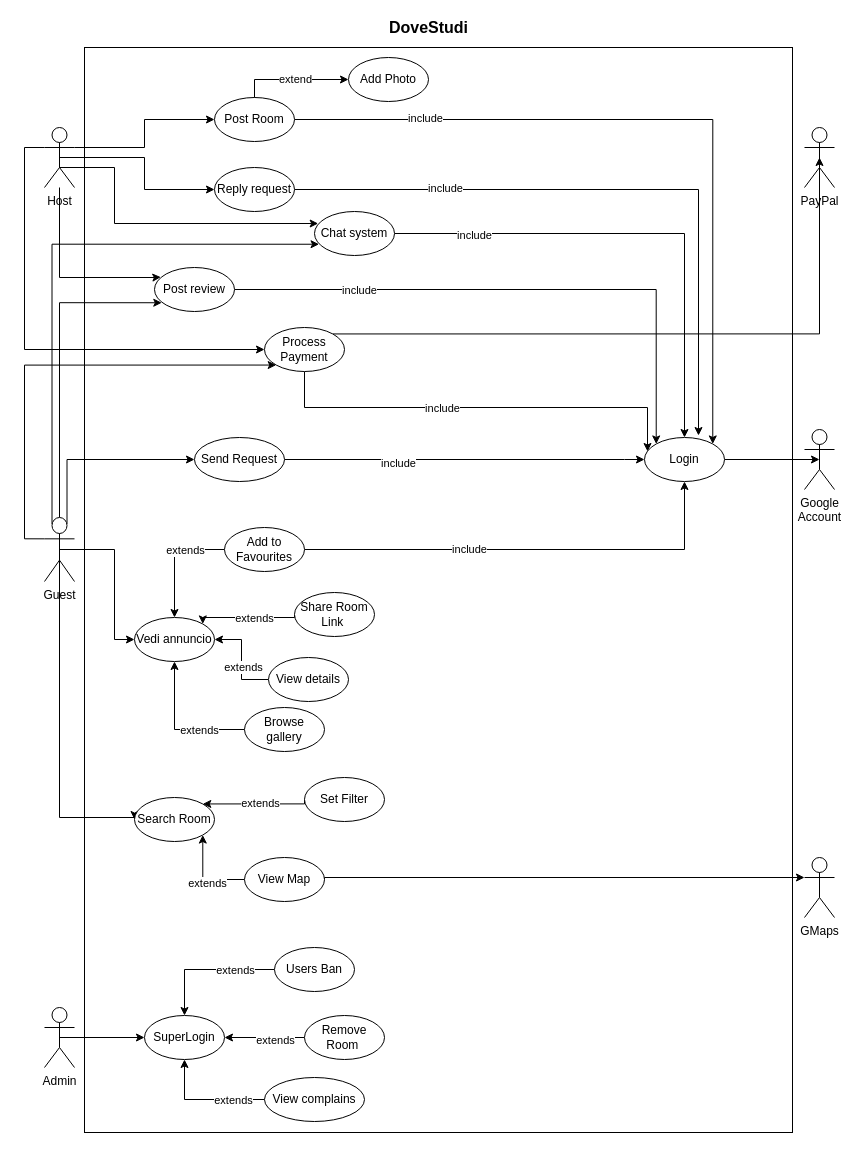
nic-agos/DoveStudi keeps this draw.io diagram as Docs/Progetto UCD.drawio. Above is the earlier version. Source tidied: cells renumbered, new cells numbered last; positions are measured from the earlier drawing's top-left corner, leaving out a move shared by most shapes. Both pictures are drawn from the tidied source at 100%, with x=0, y=0 at pixel (24, 17).
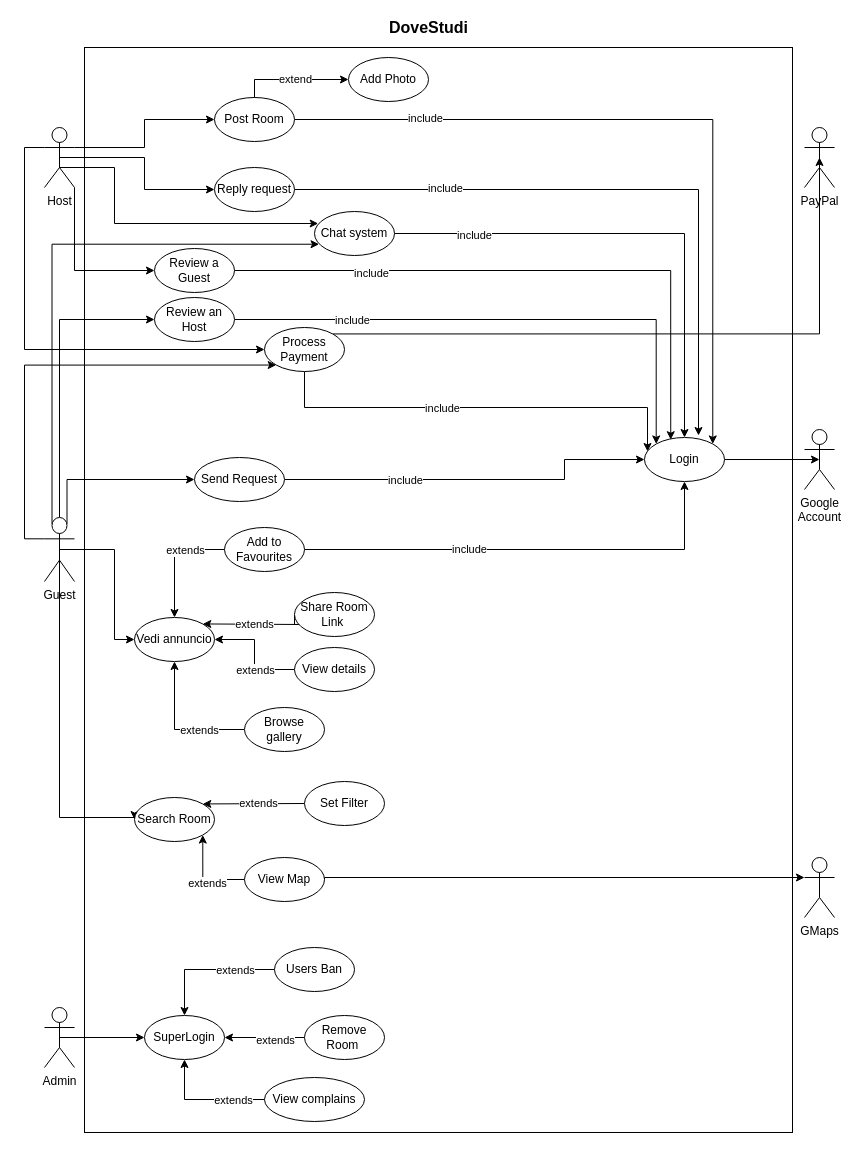
The same page after the edit.

Commit message:
Update Progetto UCD.drawio Separati i casi d'uso delle review

The change refers to these unchanged cells:
```xml
<mxCell id="8" value="Host" style="shape=umlActor;verticalLabelPosition=bottom;verticalAlign=top;html=1;outlineConnect=0;" parent="1" vertex="1">
  <mxGeometry x="20" y="110" width="30" height="60" as="geometry" />
</mxCell>
<mxCell id="15" value="Guest" style="shape=umlActor;verticalLabelPosition=bottom;verticalAlign=top;html=1;outlineConnect=0;" parent="1" vertex="1">
  <mxGeometry x="20" y="500" width="30" height="64" as="geometry" />
</mxCell>
<mxCell id="23" value="Login" style="ellipse;whiteSpace=wrap;html=1;" parent="1" vertex="1">
  <mxGeometry x="620" y="420" width="80" height="44" as="geometry" />
</mxCell>
<mxCell id="42" value="Share Room Link&amp;nbsp;" style="ellipse;whiteSpace=wrap;html=1;" parent="1" vertex="1">
  <mxGeometry x="270" y="575" width="80" height="44" as="geometry" />
</mxCell>
<mxCell id="54" style="edgeStyle=orthogonalEdgeStyle;rounded=0;jettySize=auto;html=1;exitX=0;exitY=0.5;exitDx=0;exitDy=0;" parent="1" edge="1" source="56" target="57">
  <mxGeometry relative="1" as="geometry" />
</mxCell>
<mxCell id="57" value="Vedi annuncio" style="ellipse;whiteSpace=wrap;html=1;" parent="1" vertex="1">
  <mxGeometry x="110" y="600" width="80" height="44" as="geometry" />
</mxCell>
```

Diff of the diagram source:
```diff
@@
-    <mxCell id="3" style="edgeStyle=orthogonalEdgeStyle;rounded=0;jettySize=auto;html=1;entryX=0.079;entryY=0.219;entryDx=0;entryDy=0;entryPerimeter=0;" parent="1" edge="1" source="8" target="53">
-      <mxGeometry relative="1" as="geometry">
-        <Array as="points">
-          <mxPoint x="35" y="260" />
-          <mxPoint x="130" y="260" />
-        </Array>
-      </mxGeometry>
-    </mxCell>
@@
+    <mxCell id="78" style="edgeStyle=orthogonalEdgeStyle;rounded=0;jettySize=auto;html=1;exitX=1;exitY=1;exitDx=0;exitDy=0;exitPerimeter=0;entryX=0;entryY=0.5;entryDx=0;entryDy=0;" parent="1" edge="1" source="8" target="81">
+      <mxGeometry relative="1" as="geometry" />
+    </mxCell>
@@
-    <mxCell id="11" style="edgeStyle=orthogonalEdgeStyle;rounded=0;jettySize=auto;html=1;exitX=0.5;exitY=0;exitDx=0;exitDy=0;exitPerimeter=0;entryX=0.091;entryY=0.801;entryDx=0;entryDy=0;entryPerimeter=0;" parent="1" edge="1" source="15" target="53">
-      <mxGeometry relative="1" as="geometry">
-        <Array as="points">
-          <mxPoint x="35" y="285" />
-        </Array>
-      </mxGeometry>
-    </mxCell>
     <mxCell id="12" style="edgeStyle=orthogonalEdgeStyle;rounded=0;jettySize=auto;html=1;exitX=0.75;exitY=0.1;exitDx=0;exitDy=0;exitPerimeter=0;entryX=0;entryY=0.5;entryDx=0;entryDy=0;" parent="1" edge="1" source="15" target="60">
       <mxGeometry relative="1" as="geometry">
         <Array as="points">
-          <mxPoint x="43" y="442" />
+          <mxPoint x="43" y="462" />
         </Array>
       </mxGeometry>
     </mxCell>
@@
+    <mxCell id="11" style="edgeStyle=orthogonalEdgeStyle;rounded=0;jettySize=auto;html=1;exitX=0.5;exitY=0;exitDx=0;exitDy=0;exitPerimeter=0;entryX=0;entryY=0.5;entryDx=0;entryDy=0;" parent="1" edge="1" source="15" target="53">
+      <mxGeometry relative="1" as="geometry" />
+    </mxCell>
@@
     <mxCell id="39" value="Set Filter" style="ellipse;whiteSpace=wrap;html=1;" parent="1" vertex="1">
-      <mxGeometry x="280" y="760" width="80" height="44" as="geometry" />
+      <mxGeometry x="280" y="764" width="80" height="44" as="geometry" />
     </mxCell>
     <mxCell id="40" style="edgeStyle=orthogonalEdgeStyle;rounded=0;jettySize=auto;html=1;exitX=0;exitY=0.5;exitDx=0;exitDy=0;entryX=1;entryY=0;entryDx=0;entryDy=0;" parent="1" edge="1" source="42" target="57">
       <mxGeometry relative="1" as="geometry">
         <Array as="points">
-          <mxPoint x="270" y="600" />
-          <mxPoint x="178" y="600" />
+          <mxPoint x="270" y="607" />
+          <mxPoint x="280" y="607" />
         </Array>
       </mxGeometry>
     </mxCell>
     <mxCell id="41" value="extends" style="edgeLabel;html=1;align=center;verticalAlign=middle;" parent="40" vertex="1">
       <mxGeometry x="-0.08" y="-2" relative="1" as="geometry">
-        <mxPoint x="3" y="2" as="offset" />
+        <mxPoint x="-14.6" y="2" as="offset" />
       </mxGeometry>
     </mxCell>
@@
     <mxCell id="51" style="edgeStyle=orthogonalEdgeStyle;rounded=0;jettySize=auto;html=1;exitX=1;exitY=0.5;exitDx=0;exitDy=0;entryX=0;entryY=0;entryDx=0;entryDy=0;" parent="1" edge="1" source="53" target="23">
       <mxGeometry relative="1" as="geometry">
         <Array as="points">
-          <mxPoint x="632" y="272" />
+          <mxPoint x="632" y="302" />
         </Array>
       </mxGeometry>
     </mxCell>
@@
-    <mxCell id="53" value="Post review" style="ellipse;whiteSpace=wrap;html=1;" parent="1" vertex="1">
-      <mxGeometry x="130" y="250" width="80" height="44" as="geometry" />
+    <mxCell id="53" value="Review an Host" style="ellipse;whiteSpace=wrap;html=1;" parent="1" vertex="1">
+      <mxGeometry x="130" y="280" width="80" height="44" as="geometry" />
     </mxCell>
@@
     <mxCell id="55" value="extends" style="edgeLabel;html=1;align=center;verticalAlign=middle;" parent="54" vertex="1">
-      <mxGeometry x="-0.14" y="-1" relative="1" as="geometry" />
+      <mxGeometry x="-0.14" y="-1" relative="1" as="geometry">
+        <mxPoint x="-1" y="7.4" as="offset" />
+      </mxGeometry>
     </mxCell>
     <mxCell id="56" value="View details" style="ellipse;whiteSpace=wrap;html=1;" parent="1" vertex="1">
-      <mxGeometry x="244" y="640" width="80" height="44" as="geometry" />
+      <mxGeometry x="270" y="630" width="80" height="44" as="geometry" />
     </mxCell>
@@
     <mxCell id="58" style="edgeStyle=orthogonalEdgeStyle;rounded=0;jettySize=auto;html=1;exitX=1;exitY=0.5;exitDx=0;exitDy=0;entryX=0;entryY=0.5;entryDx=0;entryDy=0;" parent="1" edge="1" source="60" target="23">
       <mxGeometry relative="1" as="geometry">
         <Array as="points">
-          <mxPoint x="600" y="442" />
-          <mxPoint x="600" y="442" />
+          <mxPoint x="540" y="462" />
+          <mxPoint x="540" y="442" />
         </Array>
       </mxGeometry>
     </mxCell>
     <mxCell id="59" value="include" style="edgeLabel;html=1;align=center;verticalAlign=middle;" parent="58" vertex="1">
-      <mxGeometry x="-0.37" y="-3" relative="1" as="geometry" />
+      <mxGeometry x="-0.37" y="-3" relative="1" as="geometry">
+        <mxPoint y="-3" as="offset" />
+      </mxGeometry>
     </mxCell>
     <mxCell id="60" value="Send Request" style="ellipse;whiteSpace=wrap;html=1;" parent="1" vertex="1">
-      <mxGeometry x="170" y="420" width="90" height="44" as="geometry" />
+      <mxGeometry x="170" y="440" width="90" height="44" as="geometry" />
     </mxCell>
@@
+    <mxCell id="79" style="edgeStyle=orthogonalEdgeStyle;rounded=0;jettySize=auto;html=1;exitX=1;exitY=0.5;exitDx=0;exitDy=0;entryX=0.328;entryY=0.05;entryDx=0;entryDy=0;entryPerimeter=0;" parent="1" edge="1" source="81" target="23">
+      <mxGeometry relative="1" as="geometry" />
+    </mxCell>
+    <mxCell id="80" value="include" style="edgeLabel;html=1;align=center;verticalAlign=middle;" parent="79" vertex="1">
+      <mxGeometry x="-0.55" y="-2" relative="1" as="geometry" />
+    </mxCell>
+    <mxCell id="81" value="Review a Guest" style="ellipse;whiteSpace=wrap;html=1;" parent="1" vertex="1">
+      <mxGeometry x="130" y="231" width="80" height="44" as="geometry" />
+    </mxCell>
```
